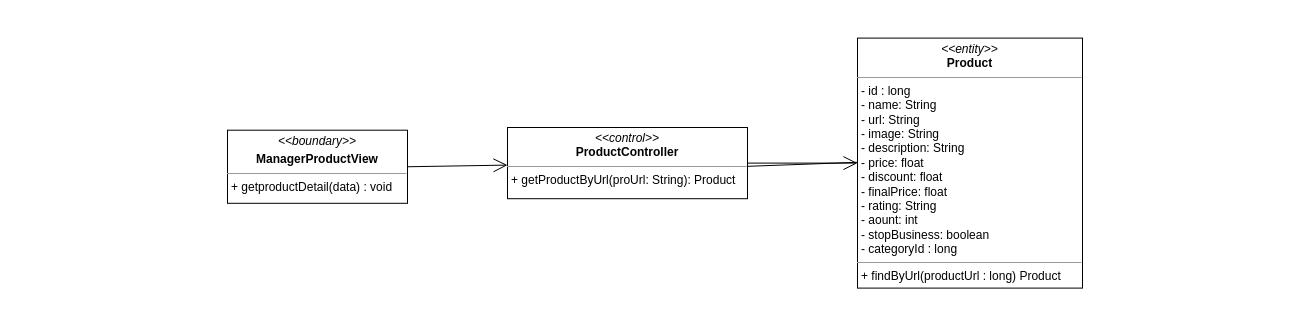
Above: class diagram/manager-product-detail-class-diagram.drawio in nguyenphamvan/datn_20202 (draw.io), before the change. Source tidied: cells renumbered, new cells numbered last; positions are measured from the earlier drawing's top-left corner, leaving out a move shared by most shapes. Both pictures are drawn from the tidied source at 100%, with x=0, y=0 at pixel (227, 38).
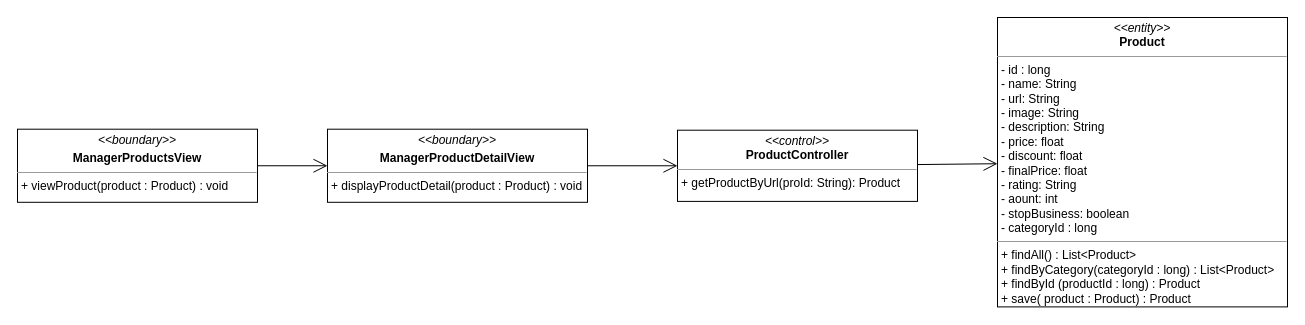
After the change.

The edit, as a diff of the source:
```diff
@@
 <mxGraphModel>
   <root>
     <mxCell id="0" />
     <mxCell id="1" parent="0" />
-    <mxCell id="2" value="&lt;p style=&quot;margin: 0px ; margin-top: 4px ; text-align: center&quot;&gt;&lt;i&gt;&amp;lt;&amp;lt;boundary&amp;gt;&amp;gt;&lt;/i&gt;&lt;/p&gt;&lt;p style=&quot;margin: 0px ; margin-top: 4px ; text-align: center&quot;&gt;&lt;b&gt;ManagerProductView&lt;/b&gt;&lt;/p&gt;&lt;hr size=&quot;1&quot;&gt;&lt;p style=&quot;margin: 0px ; margin-left: 4px&quot;&gt;&lt;span&gt;+ getproductDetail(data) : void&lt;/span&gt;&lt;br&gt;&lt;/p&gt;" style="verticalAlign=top;align=left;overflow=fill;fontSize=12;fontFamily=Helvetica;html=1;" parent="1" vertex="1">
-      <mxGeometry y="91.7" width="180" height="73.1" as="geometry" />
+    <mxCell id="2" value="&lt;p style=&quot;margin: 0px ; margin-top: 4px ; text-align: center&quot;&gt;&lt;i&gt;&amp;lt;&amp;lt;boundary&amp;gt;&amp;gt;&lt;/i&gt;&lt;/p&gt;&lt;p style=&quot;margin: 0px ; margin-top: 4px ; text-align: center&quot;&gt;&lt;b&gt;ManagerProductsView&lt;/b&gt;&lt;/p&gt;&lt;hr size=&quot;1&quot;&gt;&lt;p style=&quot;margin: 0px ; margin-left: 4px&quot;&gt;+ viewProduct(product : Product) : void&lt;br&gt;&lt;/p&gt;" style="verticalAlign=top;align=left;overflow=fill;fontSize=12;fontFamily=Helvetica;html=1;" parent="1" vertex="1">
+      <mxGeometry x="-210" y="90.7" width="240" height="73.1" as="geometry" />
     </mxCell>
-    <mxCell id="3" style="endArrow=open;endFill=1;endSize=12;html=1;exitX=1;exitY=0.5;exitDx=0;exitDy=0;" parent="1" edge="1" source="2" target="5">
+    <mxCell id="3" style="endArrow=open;endFill=1;endSize=12;html=1;exitX=1;exitY=0.5;exitDx=0;exitDy=0;" parent="1" edge="1" source="2" target="8">
       <mxGeometry relative="1" as="geometry" />
     </mxCell>
-    <mxCell id="4" style="endArrow=open;endFill=1;endSize=12;html=1;" parent="1" edge="1">
-      <mxGeometry relative="1" as="geometry">
-        <mxPoint x="510" y="128.2" as="sourcePoint" />
-        <mxPoint x="760" y="119" as="targetPoint" />
-      </mxGeometry>
-    </mxCell>
-    <mxCell id="5" value="&lt;p style=&quot;margin: 0px ; margin-top: 4px ; text-align: center&quot;&gt;&lt;i&gt;&amp;lt;&amp;lt;control&amp;gt;&amp;gt;&lt;/i&gt;&lt;br&gt;&lt;b&gt;ProductController&lt;/b&gt;&lt;/p&gt;&lt;hr size=&quot;1&quot;&gt;&lt;p style=&quot;margin: 0px ; margin-left: 4px&quot;&gt;+ getProductByUrl(proUrl: String): Product&lt;br&gt;&lt;/p&gt;" style="verticalAlign=top;align=left;overflow=fill;fontSize=12;fontFamily=Helvetica;html=1;" parent="1" vertex="1">
-      <mxGeometry x="280" y="89" width="240" height="71.2" as="geometry" />
+    <mxCell id="5" value="&lt;p style=&quot;margin: 0px ; margin-top: 4px ; text-align: center&quot;&gt;&lt;i&gt;&amp;lt;&amp;lt;control&amp;gt;&amp;gt;&lt;/i&gt;&lt;br&gt;&lt;b&gt;ProductController&lt;/b&gt;&lt;/p&gt;&lt;hr size=&quot;1&quot;&gt;&lt;p style=&quot;margin: 0px ; margin-left: 4px&quot;&gt;+ getProductByUrl(proId: String): Product&lt;br&gt;&lt;/p&gt;" style="verticalAlign=top;align=left;overflow=fill;fontSize=12;fontFamily=Helvetica;html=1;" parent="1" vertex="1">
+      <mxGeometry x="450" y="91.7" width="240" height="71.2" as="geometry" />
     </mxCell>
-    <mxCell id="6" value="&lt;p style=&quot;margin: 0px ; margin-top: 4px ; text-align: center&quot;&gt;&lt;i&gt;&amp;lt;&amp;lt;entity&amp;gt;&amp;gt;&lt;/i&gt;&lt;br&gt;&lt;b&gt;Product&lt;/b&gt;&lt;/p&gt;&lt;hr size=&quot;1&quot;&gt;&lt;p style=&quot;margin: 0px ; margin-left: 4px&quot;&gt;- id : long&lt;/p&gt;&lt;p style=&quot;margin: 0px ; margin-left: 4px&quot;&gt;- name: String&lt;br&gt;- url: String&lt;/p&gt;&lt;p style=&quot;margin: 0px ; margin-left: 4px&quot;&gt;- image: String&lt;/p&gt;&lt;p style=&quot;margin: 0px ; margin-left: 4px&quot;&gt;- description: String&lt;/p&gt;&lt;p style=&quot;margin: 0px ; margin-left: 4px&quot;&gt;- price: float&lt;/p&gt;&lt;p style=&quot;margin: 0px ; margin-left: 4px&quot;&gt;- discount: float&lt;/p&gt;&lt;p style=&quot;margin: 0px ; margin-left: 4px&quot;&gt;- finalPrice: float&lt;/p&gt;&lt;p style=&quot;margin: 0px ; margin-left: 4px&quot;&gt;- rating: String&lt;/p&gt;&lt;p style=&quot;margin: 0px ; margin-left: 4px&quot;&gt;- aount: int&lt;/p&gt;&lt;p style=&quot;margin: 0px ; margin-left: 4px&quot;&gt;- stopBusiness: boolean&lt;/p&gt;&lt;p style=&quot;margin: 0px ; margin-left: 4px&quot;&gt;- categoryId : long&lt;/p&gt;&lt;hr size=&quot;1&quot;&gt;&lt;p style=&quot;margin: 0px ; margin-left: 4px&quot;&gt;+ findByUrl(productUrl : long) Product&lt;/p&gt;" style="verticalAlign=top;align=left;overflow=fill;fontSize=12;fontFamily=Helvetica;html=1;" parent="1" vertex="1">
-      <mxGeometry x="630" y="-0.4" width="225" height="250" as="geometry" />
+    <mxCell id="6" value="&lt;p style=&quot;margin: 0px ; margin-top: 4px ; text-align: center&quot;&gt;&lt;i&gt;&amp;lt;&amp;lt;entity&amp;gt;&amp;gt;&lt;/i&gt;&lt;br&gt;&lt;b&gt;Product&lt;/b&gt;&lt;/p&gt;&lt;hr size=&quot;1&quot;&gt;&lt;p style=&quot;margin: 0px ; margin-left: 4px&quot;&gt;- id : long&lt;/p&gt;&lt;p style=&quot;margin: 0px ; margin-left: 4px&quot;&gt;- name: String&lt;br&gt;- url: String&lt;/p&gt;&lt;p style=&quot;margin: 0px ; margin-left: 4px&quot;&gt;- image: String&lt;/p&gt;&lt;p style=&quot;margin: 0px ; margin-left: 4px&quot;&gt;- description: String&lt;/p&gt;&lt;p style=&quot;margin: 0px ; margin-left: 4px&quot;&gt;- price: float&lt;/p&gt;&lt;p style=&quot;margin: 0px ; margin-left: 4px&quot;&gt;- discount: float&lt;/p&gt;&lt;p style=&quot;margin: 0px ; margin-left: 4px&quot;&gt;- finalPrice: float&lt;/p&gt;&lt;p style=&quot;margin: 0px ; margin-left: 4px&quot;&gt;- rating: String&lt;/p&gt;&lt;p style=&quot;margin: 0px ; margin-left: 4px&quot;&gt;- aount: int&lt;/p&gt;&lt;p style=&quot;margin: 0px ; margin-left: 4px&quot;&gt;- stopBusiness: boolean&lt;/p&gt;&lt;p style=&quot;margin: 0px ; margin-left: 4px&quot;&gt;- categoryId : long&lt;/p&gt;&lt;hr size=&quot;1&quot;&gt;&lt;p style=&quot;margin: 0px 0px 0px 4px&quot;&gt;+ findAll() : List&amp;lt;Product&amp;gt;&lt;/p&gt;&lt;p style=&quot;margin: 0px 0px 0px 4px&quot;&gt;+ findByCategory(categoryId : long) : List&amp;lt;Product&amp;gt;&lt;/p&gt;&lt;p style=&quot;margin: 0px 0px 0px 4px&quot;&gt;+ findById (productId : long) : Product&lt;/p&gt;&lt;p style=&quot;margin: 0px 0px 0px 4px&quot;&gt;+ save( product : Product) : Product&lt;/p&gt;" style="verticalAlign=top;align=left;overflow=fill;fontSize=12;fontFamily=Helvetica;html=1;" parent="1" vertex="1">
+      <mxGeometry x="770" y="-21" width="290" height="289.4" as="geometry" />
     </mxCell>
     <mxCell id="7" style="endArrow=open;endFill=1;endSize=12;html=1;" parent="1" edge="1" source="5" target="6">
       <mxGeometry relative="1" as="geometry" />
     </mxCell>
+    <mxCell id="8" value="&lt;p style=&quot;margin: 0px ; margin-top: 4px ; text-align: center&quot;&gt;&lt;i&gt;&amp;lt;&amp;lt;boundary&amp;gt;&amp;gt;&lt;/i&gt;&lt;/p&gt;&lt;p style=&quot;margin: 0px ; margin-top: 4px ; text-align: center&quot;&gt;&lt;b&gt;ManagerProductDetailView&lt;/b&gt;&lt;/p&gt;&lt;hr size=&quot;1&quot;&gt;&lt;p style=&quot;margin: 0px ; margin-left: 4px&quot;&gt;&lt;span style=&quot;font-family: &amp;#34;helvetica&amp;#34;&quot;&gt;+ displayProductDetail(product : Product) : void&lt;/span&gt;&lt;br&gt;&lt;/p&gt;" style="verticalAlign=top;align=left;overflow=fill;fontSize=12;fontFamily=Helvetica;html=1;" parent="1" vertex="1">
+      <mxGeometry x="100" y="90.7" width="260" height="73.1" as="geometry" />
+    </mxCell>
+    <mxCell id="9" style="endArrow=open;endFill=1;endSize=12;html=1;" parent="1" edge="1" source="8" target="5">
+      <mxGeometry relative="1" as="geometry" />
+    </mxCell>
   </root>
 </mxGraphModel>
```
